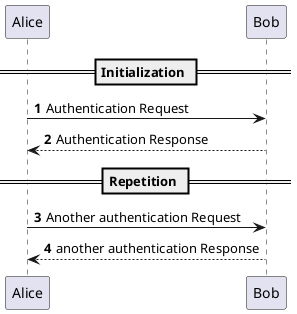
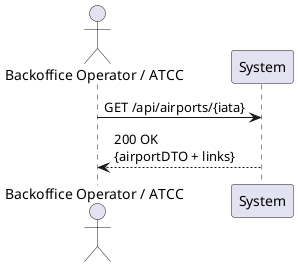
- @startuml
- 'https://plantuml.com/sequence-diagram
+ @startuml SSD_US107_GetAirport

- autonumber
+ actor "Backoffice Operator / ATCC" as USER
+ participant "System" as SYS

- == Initialization ==
+ USER -> SYS : GET /api/airports/{iata}
+ SYS --> USER : 200 OK\n{airportDTO + links}

- Alice -> Bob: Authentication Request
- Bob --> Alice: Authentication Response
- 
- == Repetition ==
- 
- Alice -> Bob: Another authentication Request
- Alice <-- Bob: another authentication Response
- @enduml+ @enduml
